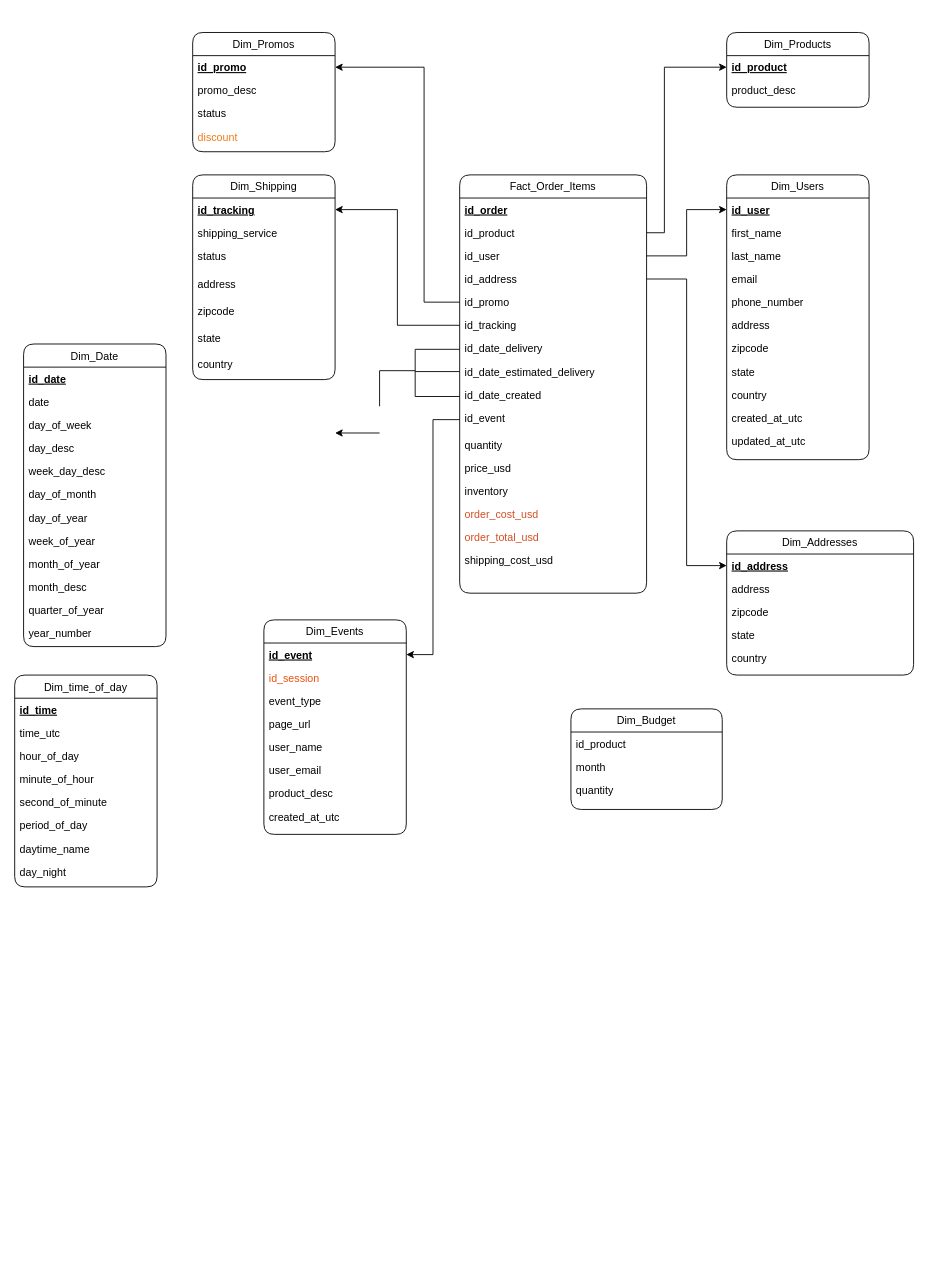
Before: dimensional model.drawio in julia030798/curso_data_engineering, a draw.io diagram. Source tidied: cells renumbered, new cells numbered last; positions are measured from the earlier drawing's top-left corner, leaving out a move shared by most shapes. Both pictures are drawn from the tidied source at 89%, with x=0, y=0 at pixel (14, 32).
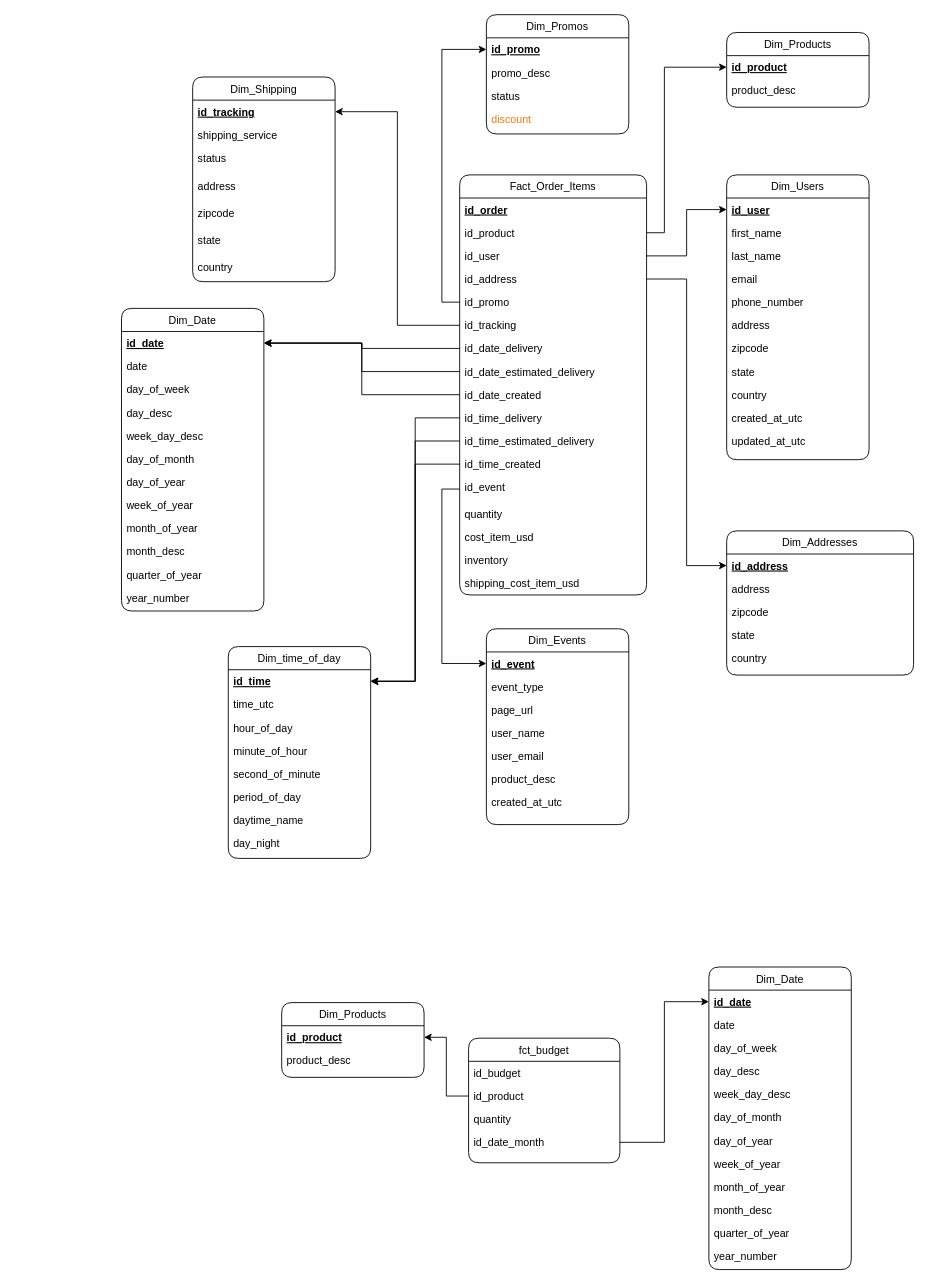
The same diagram, later.

The change refers to these unchanged cells:
```xml
<mxCell id="15" value="id_promo" style="text;align=left;verticalAlign=top;spacingLeft=4;spacingRight=4;overflow=hidden;points=[[0,0.5],[1,0.5]];portConstraint=eastwest;fontStyle=5;" parent="14" vertex="1">
  <mxGeometry y="26" width="160" height="26" as="geometry" />
</mxCell>
<mxCell id="37" value="id_date" style="text;align=left;verticalAlign=top;spacingLeft=4;spacingRight=4;overflow=hidden;points=[[0,0.5],[1,0.5]];portConstraint=eastwest;fontStyle=5;" parent="36" vertex="1">
  <mxGeometry y="26" width="160" height="26" as="geometry" />
</mxCell>
<mxCell id="49" style="group;labelBackgroundColor=#1d29d3;" parent="1" vertex="1">
  <mxGeometry x="450" y="160" width="260" height="470" as="geometry" />
</mxCell>
<mxCell id="55" value="id_promo" style="text;align=left;verticalAlign=top;spacingLeft=4;spacingRight=4;overflow=hidden;points=[[0,0.5],[1,0.5]];portConstraint=eastwest;rounded=0;shadow=0;html=0;" parent="50" vertex="1">
  <mxGeometry y="130" width="210" height="26" as="geometry" />
</mxCell>
<mxCell id="57" value="id_date_delivery" style="text;align=left;verticalAlign=top;spacingLeft=4;spacingRight=4;overflow=hidden;points=[[0,0.5],[1,0.5]];portConstraint=eastwest;" parent="50" vertex="1">
  <mxGeometry y="182" width="210" height="26" as="geometry" />
</mxCell>
<mxCell id="58" value="id_date_estimated_delivery" style="text;align=left;verticalAlign=top;spacingLeft=4;spacingRight=4;overflow=hidden;points=[[0,0.5],[1,0.5]];portConstraint=eastwest;" parent="50" vertex="1">
  <mxGeometry y="208" width="210" height="26" as="geometry" />
</mxCell>
<mxCell id="59" value="id_date_created" style="text;align=left;verticalAlign=top;spacingLeft=4;spacingRight=4;overflow=hidden;points=[[0,0.5],[1,0.5]];portConstraint=eastwest;strokeColor=none;" parent="50" vertex="1">
  <mxGeometry y="234" width="210" height="26" as="geometry" />
</mxCell>
<mxCell id="94" value="id_time" style="text;align=left;verticalAlign=top;spacingLeft=4;spacingRight=4;overflow=hidden;points=[[0,0.5],[1,0.5]];portConstraint=eastwest;fontStyle=5;" parent="93" vertex="1">
  <mxGeometry y="26" width="160" height="26" as="geometry" />
</mxCell>
```

The edit, as a diff of the source:
```diff
@@
     <mxCell id="14" value="Dim_Promos" style="swimlane;fontStyle=0;align=center;verticalAlign=top;horizontal=1;startSize=26;rounded=1;shadow=0;strokeWidth=1;" parent="1" vertex="1">
-      <mxGeometry x="200" width="160" height="134" as="geometry" />
+      <mxGeometry x="530" y="-20" width="160" height="134" as="geometry" />
     </mxCell>
@@
     <mxCell id="22" value="Dim_Shipping" style="swimlane;fontStyle=0;align=center;verticalAlign=top;horizontal=1;startSize=26;rounded=1;shadow=0;strokeWidth=1;" parent="1" vertex="1">
-      <mxGeometry x="200" y="160" width="160" height="230" as="geometry" />
+      <mxGeometry x="200" y="50" width="160" height="230" as="geometry" />
     </mxCell>
@@
     <mxCell id="36" value="Dim_Date" style="swimlane;fontStyle=0;align=center;verticalAlign=top;horizontal=1;startSize=26;rounded=1;shadow=0;strokeWidth=1;" parent="1" vertex="1">
-      <mxGeometry x="10" y="350" width="160" height="340" as="geometry" />
+      <mxGeometry x="120" y="310" width="160" height="340" as="geometry" />
     </mxCell>
@@
     <mxCell id="50" value="Fact_Order_Items" style="swimlane;fontStyle=0;align=center;verticalAlign=top;horizontal=1;startSize=26;rounded=1;shadow=0;strokeWidth=1;labelBackgroundColor=none;labelBorderColor=none;" parent="49" vertex="1">
-      <mxGeometry x="50" width="210" height="470" as="geometry" />
+      <mxGeometry x="50" width="210" height="472" as="geometry" />
     </mxCell>
@@
+    <mxCell id="102" value="id_time_delivery" style="text;align=left;verticalAlign=top;spacingLeft=4;spacingRight=4;overflow=hidden;points=[[0,0.5],[1,0.5]];portConstraint=eastwest;" parent="50" vertex="1">
+      <mxGeometry y="260" width="210" height="26" as="geometry" />
+    </mxCell>
+    <mxCell id="103" value="id_time_estimated_delivery" style="text;align=left;verticalAlign=top;spacingLeft=4;spacingRight=4;overflow=hidden;points=[[0,0.5],[1,0.5]];portConstraint=eastwest;" parent="50" vertex="1">
+      <mxGeometry y="286" width="210" height="26" as="geometry" />
+    </mxCell>
+    <mxCell id="104" value="id_time_created" style="text;align=left;verticalAlign=top;spacingLeft=4;spacingRight=4;overflow=hidden;points=[[0,0.5],[1,0.5]];portConstraint=eastwest;strokeColor=none;" parent="50" vertex="1">
+      <mxGeometry y="312" width="210" height="26" as="geometry" />
+    </mxCell>
     <mxCell id="60" value="id_event" style="text;align=left;verticalAlign=top;spacingLeft=4;spacingRight=4;overflow=hidden;points=[[0,0.5],[1,0.5]];portConstraint=eastwest;strokeColor=none;" parent="50" vertex="1">
-      <mxGeometry y="260" width="210" height="30" as="geometry" />
+      <mxGeometry y="338" width="210" height="30" as="geometry" />
     </mxCell>
     <mxCell id="61" value="quantity" style="text;align=left;verticalAlign=top;spacingLeft=4;spacingRight=4;overflow=hidden;strokeColor=none;" parent="50" vertex="1">
-      <mxGeometry y="290" width="210" height="26" as="geometry" />
+      <mxGeometry y="368" width="210" height="26" as="geometry" />
     </mxCell>
-    <mxCell id="62" value="price_usd" style="text;align=left;verticalAlign=top;spacingLeft=4;spacingRight=4;overflow=hidden;" parent="50" vertex="1">
-      <mxGeometry y="316" width="210" height="26" as="geometry" />
+    <mxCell id="62" value="cost_item_usd" style="text;align=left;verticalAlign=top;spacingLeft=4;spacingRight=4;overflow=hidden;" parent="50" vertex="1">
+      <mxGeometry y="394" width="210" height="26" as="geometry" />
     </mxCell>
     <mxCell id="63" value="inventory" style="text;align=left;verticalAlign=top;spacingLeft=4;spacingRight=4;overflow=hidden;" parent="50" vertex="1">
-      <mxGeometry y="342" width="210" height="26" as="geometry" />
+      <mxGeometry y="420" width="210" height="26" as="geometry" />
     </mxCell>
-    <mxCell id="64" value="order_cost_usd" style="text;align=left;verticalAlign=top;spacingLeft=4;spacingRight=4;overflow=hidden;fontColor=#d44e21;" parent="50" vertex="1">
-      <mxGeometry y="368" width="210" height="26" as="geometry" />
-    </mxCell>
-    <mxCell id="65" value="order_total_usd" style="text;align=left;verticalAlign=top;spacingLeft=4;spacingRight=4;overflow=hidden;fontColor=#d44e21;" parent="50" vertex="1">
-      <mxGeometry y="394" width="210" height="26" as="geometry" />
-    </mxCell>
-    <mxCell id="66" value="shipping_cost_usd" style="text;align=left;verticalAlign=top;spacingLeft=4;spacingRight=4;overflow=hidden;" parent="50" vertex="1">
-      <mxGeometry y="420" width="210" height="26" as="geometry" />
+    <mxCell id="66" value="shipping_cost_item_usd" style="text;align=left;verticalAlign=top;spacingLeft=4;spacingRight=4;overflow=hidden;" parent="50" vertex="1">
+      <mxGeometry y="446" width="210" height="26" as="geometry" />
     </mxCell>
-    <mxCell id="67" style="endArrow=none;html=1;rounded=0;" parent="49" edge="1">
-      <mxGeometry relative="1" as="geometry">
-        <mxPoint y="196" as="sourcePoint" />
-        <mxPoint x="50" y="196" as="targetPoint" />
-      </mxGeometry>
-    </mxCell>
-    <mxCell id="68" style="endArrow=none;html=1;rounded=0;" parent="49" edge="1">
-      <mxGeometry relative="1" as="geometry">
-        <mxPoint y="221" as="sourcePoint" />
-        <mxPoint x="50" y="221" as="targetPoint" />
-      </mxGeometry>
-    </mxCell>
-    <mxCell id="69" style="endArrow=none;html=1;rounded=0;" parent="49" edge="1">
-      <mxGeometry relative="1" as="geometry">
-        <mxPoint y="249" as="sourcePoint" />
-        <mxPoint x="50" y="249" as="targetPoint" />
-      </mxGeometry>
-    </mxCell>
-    <mxCell id="70" style="endArrow=none;html=1;rounded=0;" parent="49" edge="1">
-      <mxGeometry relative="1" as="geometry">
-        <mxPoint y="249" as="sourcePoint" />
-        <mxPoint y="196" as="targetPoint" />
-      </mxGeometry>
-    </mxCell>
@@
-    <mxCell id="74" style="edgeStyle=orthogonalEdgeStyle;rounded=0;jettySize=auto;html=1;exitX=0;exitY=0.5;exitDx=0;exitDy=0;entryX=1;entryY=0.5;entryDx=0;entryDy=0;" parent="1" edge="1" source="55" target="15">
-      <mxGeometry relative="1" as="geometry">
-        <Array as="points">
-          <mxPoint x="460" y="303" />
-          <mxPoint x="460" y="39" />
-        </Array>
-      </mxGeometry>
-    </mxCell>
@@
-    <mxCell id="76" style="endArrow=classic;html=1;rounded=0;" parent="1" edge="1">
-      <mxGeometry relative="1" as="geometry">
-        <mxPoint x="410" y="450" as="sourcePoint" />
-        <mxPoint x="360" y="450" as="targetPoint" />
-      </mxGeometry>
-    </mxCell>
-    <mxCell id="77" style="endArrow=none;html=1;rounded=0;" parent="1" edge="1">
-      <mxGeometry relative="1" as="geometry">
-        <mxPoint x="410" y="420" as="sourcePoint" />
-        <mxPoint x="410" y="380" as="targetPoint" />
-      </mxGeometry>
-    </mxCell>
-    <mxCell id="78" style="endArrow=none;html=1;rounded=0;" parent="1" edge="1">
-      <mxGeometry relative="1" as="geometry">
-        <mxPoint x="410" y="380" as="sourcePoint" />
-        <mxPoint x="450" y="380" as="targetPoint" />
-      </mxGeometry>
-    </mxCell>
     <mxCell id="79" value="Dim_Events" style="swimlane;fontStyle=0;align=center;verticalAlign=top;horizontal=1;startSize=26;rounded=1;shadow=0;strokeWidth=1;" parent="1" vertex="1">
-      <mxGeometry x="280" y="660" width="160" height="241" as="geometry" />
+      <mxGeometry x="530" y="670" width="160" height="220" as="geometry" />
     </mxCell>
@@
-    <mxCell id="81" value="id_session" style="text;align=left;verticalAlign=top;spacingLeft=4;spacingRight=4;overflow=hidden;rounded=0;shadow=0;html=0;fontColor=#eb510f;" parent="79" vertex="1">
-      <mxGeometry y="52" width="160" height="26" as="geometry" />
-    </mxCell>
     <mxCell id="82" value="event_type" style="text;align=left;verticalAlign=top;spacingLeft=4;spacingRight=4;overflow=hidden;rounded=0;shadow=0;html=0;" parent="79" vertex="1">
-      <mxGeometry y="78" width="160" height="26" as="geometry" />
+      <mxGeometry y="52" width="160" height="26" as="geometry" />
     </mxCell>
     <mxCell id="83" value="page_url" style="text;align=left;verticalAlign=top;spacingLeft=4;spacingRight=4;overflow=hidden;" parent="79" vertex="1">
-      <mxGeometry y="104" width="160" height="26" as="geometry" />
+      <mxGeometry y="78" width="160" height="26" as="geometry" />
     </mxCell>
     <mxCell id="84" value="user_name" style="text;align=left;verticalAlign=top;spacingLeft=4;spacingRight=4;overflow=hidden;" parent="79" vertex="1">
-      <mxGeometry y="130" width="160" height="26" as="geometry" />
+      <mxGeometry y="104" width="160" height="26" as="geometry" />
     </mxCell>
     <mxCell id="85" value="user_email" style="text;align=left;verticalAlign=top;spacingLeft=4;spacingRight=4;overflow=hidden;" parent="79" vertex="1">
-      <mxGeometry y="156" width="160" height="26" as="geometry" />
+      <mxGeometry y="130" width="160" height="26" as="geometry" />
     </mxCell>
     <mxCell id="86" value="product_desc" style="text;align=left;verticalAlign=top;spacingLeft=4;spacingRight=4;overflow=hidden;rounded=0;shadow=0;html=0;" parent="79" vertex="1">
-      <mxGeometry y="182" width="160" height="26" as="geometry" />
+      <mxGeometry y="156" width="160" height="26" as="geometry" />
     </mxCell>
     <mxCell id="87" value="created_at_utc" style="text;align=left;verticalAlign=top;spacingLeft=4;spacingRight=4;overflow=hidden;rounded=0;shadow=0;html=0;" parent="79" vertex="1">
-      <mxGeometry y="208" width="160" height="26" as="geometry" />
+      <mxGeometry y="182" width="160" height="26" as="geometry" />
     </mxCell>
@@
-    <mxCell id="89" value="Dim_Budget" style="swimlane;fontStyle=0;align=center;verticalAlign=top;horizontal=1;startSize=26;rounded=1;shadow=0;strokeWidth=1;" parent="1" vertex="1">
-      <mxGeometry x="625" y="760" width="170" height="113" as="geometry" />
+    <mxCell id="89" value="fct_budget" style="swimlane;fontStyle=0;align=center;verticalAlign=top;horizontal=1;startSize=26;rounded=1;shadow=0;strokeWidth=1;" parent="1" vertex="1">
+      <mxGeometry x="510" y="1130" width="170" height="140" as="geometry" />
     </mxCell>
+    <mxCell id="91" value="id_budget" style="text;align=left;verticalAlign=top;spacingLeft=4;spacingRight=4;overflow=hidden;rounded=0;shadow=0;html=0;" parent="89" vertex="1">
+      <mxGeometry y="26" width="170" height="26" as="geometry" />
+    </mxCell>
     <mxCell id="90" value="id_product" style="text;align=left;verticalAlign=top;spacingLeft=4;spacingRight=4;overflow=hidden;points=[[0,0.5],[1,0.5]];portConstraint=eastwest;fontStyle=0;" parent="89" vertex="1">
-      <mxGeometry y="26" width="170" height="26" as="geometry" />
+      <mxGeometry y="52" width="170" height="26" as="geometry" />
     </mxCell>
-    <mxCell id="91" value="month" style="text;align=left;verticalAlign=top;spacingLeft=4;spacingRight=4;overflow=hidden;rounded=0;shadow=0;html=0;" parent="89" vertex="1">
-      <mxGeometry y="52" width="170" height="26" as="geometry" />
-    </mxCell>
@@
+    <mxCell id="105" value="id_date_month" style="text;align=left;verticalAlign=top;spacingLeft=4;spacingRight=4;overflow=hidden;points=[[0,0.5],[1,0.5]];portConstraint=eastwest;rounded=0;shadow=0;html=0;" parent="89" vertex="1">
+      <mxGeometry y="104" width="170" height="26" as="geometry" />
+    </mxCell>
     <mxCell id="93" value="Dim_time_of_day" style="swimlane;fontStyle=0;align=center;verticalAlign=top;horizontal=1;startSize=26;rounded=1;shadow=0;strokeWidth=1;" parent="1" vertex="1">
-      <mxGeometry y="722" width="160" height="238" as="geometry" />
+      <mxGeometry x="240" y="690" width="160" height="238" as="geometry" />
     </mxCell>
@@
+    <mxCell id="106" value="Dim_Date" style="swimlane;fontStyle=0;align=center;verticalAlign=top;horizontal=1;startSize=26;rounded=1;shadow=0;strokeWidth=1;" parent="1" vertex="1">
+      <mxGeometry x="780" y="1050" width="160" height="340" as="geometry" />
+    </mxCell>
+    <mxCell id="107" value="id_date" style="text;align=left;verticalAlign=top;spacingLeft=4;spacingRight=4;overflow=hidden;points=[[0,0.5],[1,0.5]];portConstraint=eastwest;fontStyle=5;" parent="106" vertex="1">
+      <mxGeometry y="26" width="160" height="26" as="geometry" />
+    </mxCell>
+    <mxCell id="108" value="date" style="text;align=left;verticalAlign=top;spacingLeft=4;spacingRight=4;overflow=hidden;rounded=0;shadow=0;html=0;" parent="106" vertex="1">
+      <mxGeometry y="52" width="160" height="26" as="geometry" />
+    </mxCell>
+    <mxCell id="109" value="day_of_week" style="text;align=left;verticalAlign=top;spacingLeft=4;spacingRight=4;overflow=hidden;rounded=0;shadow=0;html=0;" parent="106" vertex="1">
+      <mxGeometry y="78" width="160" height="26" as="geometry" />
+    </mxCell>
+    <mxCell id="110" value="day_desc" style="text;align=left;verticalAlign=top;spacingLeft=4;spacingRight=4;overflow=hidden;" parent="106" vertex="1">
+      <mxGeometry y="104" width="160" height="26" as="geometry" />
+    </mxCell>
+    <mxCell id="111" value="week_day_desc" style="text;align=left;verticalAlign=top;spacingLeft=4;spacingRight=4;overflow=hidden;" parent="106" vertex="1">
+      <mxGeometry y="130" width="160" height="26" as="geometry" />
+    </mxCell>
+    <mxCell id="112" value="day_of_month" style="text;align=left;verticalAlign=top;spacingLeft=4;spacingRight=4;overflow=hidden;" parent="106" vertex="1">
+      <mxGeometry y="156" width="160" height="26" as="geometry" />
+    </mxCell>
+    <mxCell id="113" value="day_of_year" style="text;align=left;verticalAlign=top;spacingLeft=4;spacingRight=4;overflow=hidden;rounded=0;shadow=0;html=0;" parent="106" vertex="1">
+      <mxGeometry y="182" width="160" height="26" as="geometry" />
+    </mxCell>
+    <mxCell id="114" value="week_of_year" style="text;align=left;verticalAlign=top;spacingLeft=4;spacingRight=4;overflow=hidden;rounded=0;shadow=0;html=0;" parent="106" vertex="1">
+      <mxGeometry y="208" width="160" height="26" as="geometry" />
+    </mxCell>
+    <mxCell id="115" value="month_of_year" style="text;align=left;verticalAlign=top;spacingLeft=4;spacingRight=4;overflow=hidden;rounded=0;shadow=0;html=0;" parent="106" vertex="1">
+      <mxGeometry y="234" width="160" height="26" as="geometry" />
+    </mxCell>
+    <mxCell id="116" value="month_desc" style="text;align=left;verticalAlign=top;spacingLeft=4;spacingRight=4;overflow=hidden;rounded=0;shadow=0;html=0;" parent="106" vertex="1">
+      <mxGeometry y="260" width="160" height="26" as="geometry" />
+    </mxCell>
+    <mxCell id="117" value="quarter_of_year" style="text;align=left;verticalAlign=top;spacingLeft=4;spacingRight=4;overflow=hidden;rounded=0;shadow=0;html=0;" parent="106" vertex="1">
+      <mxGeometry y="286" width="160" height="26" as="geometry" />
+    </mxCell>
+    <mxCell id="118" value="year_number" style="text;align=left;verticalAlign=top;spacingLeft=4;spacingRight=4;overflow=hidden;rounded=0;shadow=0;html=0;" parent="106" vertex="1">
+      <mxGeometry y="312" width="160" height="26" as="geometry" />
+    </mxCell>
+    <mxCell id="119" value="Dim_Products" style="swimlane;fontStyle=0;align=center;verticalAlign=top;horizontal=1;startSize=26;rounded=1;shadow=0;strokeWidth=1;" parent="1" vertex="1">
+      <mxGeometry x="300" y="1090" width="160" height="84" as="geometry" />
+    </mxCell>
+    <mxCell id="120" value="id_product" style="text;align=left;verticalAlign=top;spacingLeft=4;spacingRight=4;overflow=hidden;points=[[0,0.5],[1,0.5]];portConstraint=eastwest;fontStyle=5;" parent="119" vertex="1">
+      <mxGeometry y="26" width="160" height="26" as="geometry" />
+    </mxCell>
+    <mxCell id="121" value="product_desc" style="text;align=left;verticalAlign=top;spacingLeft=4;spacingRight=4;overflow=hidden;" parent="119" vertex="1">
+      <mxGeometry y="52" width="160" height="26" as="geometry" />
+    </mxCell>
+    <mxCell id="122" style="edgeStyle=orthogonalEdgeStyle;rounded=0;jettySize=auto;html=1;exitX=0;exitY=0.5;exitDx=0;exitDy=0;entryX=1;entryY=0.5;entryDx=0;entryDy=0;" parent="1" edge="1" source="90" target="120">
+      <mxGeometry relative="1" as="geometry" />
+    </mxCell>
+    <mxCell id="123" style="edgeStyle=orthogonalEdgeStyle;rounded=0;jettySize=auto;html=1;exitX=1;exitY=0.5;exitDx=0;exitDy=0;entryX=0;entryY=0.5;entryDx=0;entryDy=0;" parent="1" edge="1" source="105" target="107">
+      <mxGeometry relative="1" as="geometry" />
+    </mxCell>
+    <mxCell id="74" style="edgeStyle=orthogonalEdgeStyle;rounded=0;jettySize=auto;html=1;exitX=0;exitY=0.5;exitDx=0;exitDy=0;entryX=0;entryY=0.5;entryDx=0;entryDy=0;" parent="1" edge="1" source="55" target="15">
+      <mxGeometry relative="1" as="geometry" />
+    </mxCell>
+    <mxCell id="124" style="edgeStyle=orthogonalEdgeStyle;rounded=0;jettySize=auto;html=1;exitX=0;exitY=0.5;exitDx=0;exitDy=0;entryX=1;entryY=0.5;entryDx=0;entryDy=0;" parent="1" edge="1" source="104" target="94">
+      <mxGeometry relative="1" as="geometry" />
+    </mxCell>
+    <mxCell id="125" style="edgeStyle=orthogonalEdgeStyle;rounded=0;jettySize=auto;html=1;exitX=0;exitY=0.5;exitDx=0;exitDy=0;entryX=1;entryY=0.5;entryDx=0;entryDy=0;" parent="1" edge="1" source="59" target="37">
+      <mxGeometry relative="1" as="geometry" />
+    </mxCell>
+    <mxCell id="126" style="edgeStyle=orthogonalEdgeStyle;rounded=0;jettySize=auto;html=1;exitX=0;exitY=0.5;exitDx=0;exitDy=0;entryX=1;entryY=0.5;entryDx=0;entryDy=0;" parent="1" edge="1" source="102" target="94">
+      <mxGeometry relative="1" as="geometry" />
+    </mxCell>
+    <mxCell id="127" style="edgeStyle=orthogonalEdgeStyle;rounded=0;jettySize=auto;html=1;exitX=0;exitY=0.5;exitDx=0;exitDy=0;entryX=1;entryY=0.5;entryDx=0;entryDy=0;" parent="1" edge="1" source="103" target="94">
+      <mxGeometry relative="1" as="geometry" />
+    </mxCell>
+    <mxCell id="128" style="edgeStyle=orthogonalEdgeStyle;rounded=0;jettySize=auto;html=1;exitX=0;exitY=0.5;exitDx=0;exitDy=0;entryX=1;entryY=0.5;entryDx=0;entryDy=0;" parent="1" edge="1" source="58" target="37">
+      <mxGeometry relative="1" as="geometry" />
+    </mxCell>
+    <mxCell id="129" style="edgeStyle=orthogonalEdgeStyle;rounded=0;jettySize=auto;html=1;exitX=0;exitY=0.5;exitDx=0;exitDy=0;entryX=1;entryY=0.5;entryDx=0;entryDy=0;" parent="1" edge="1" source="57" target="37">
+      <mxGeometry relative="1" as="geometry" />
+    </mxCell>
```
